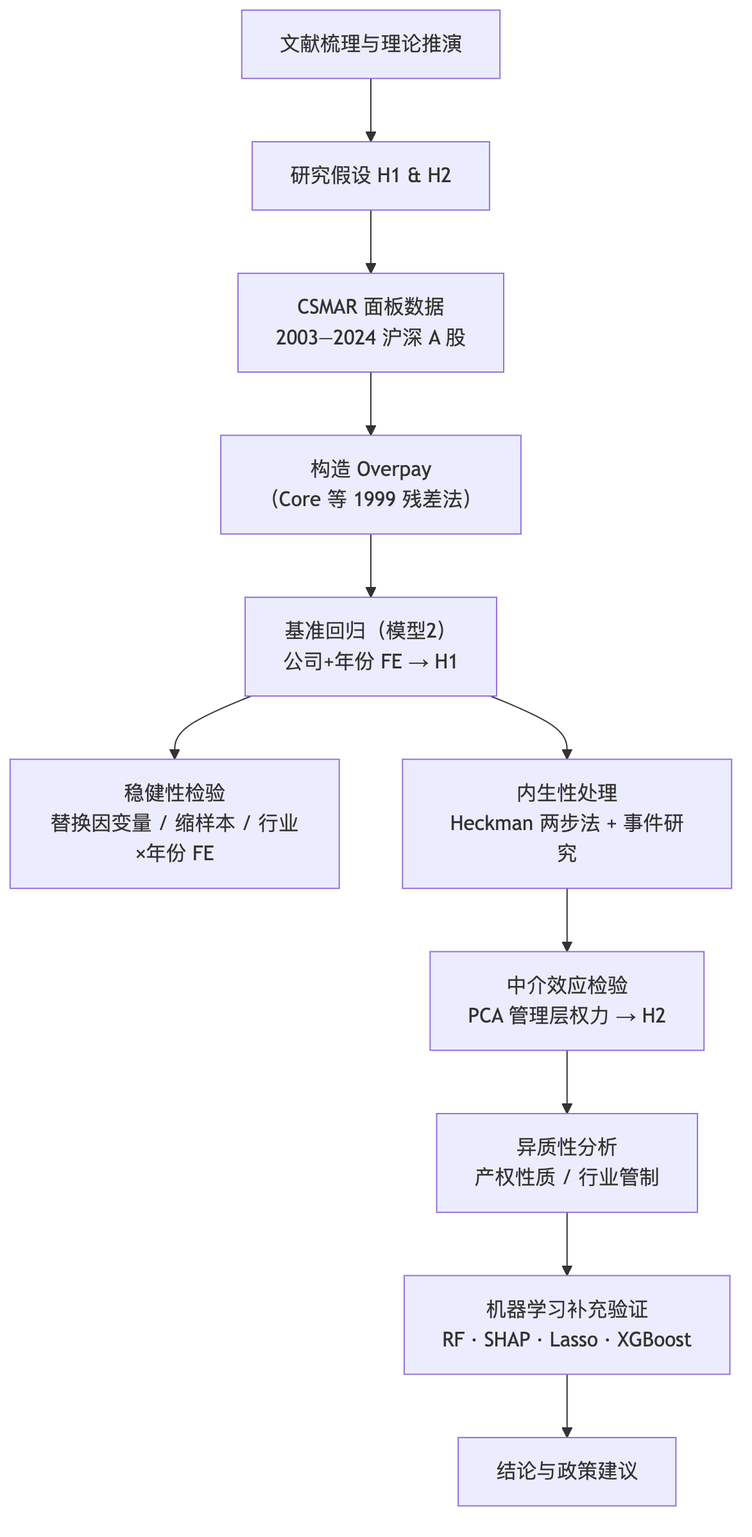
Before: thesis_final_bundle/images/fig1_1_techroute.png, a diagram exported from Mermaid (Lewis121025/bishe). Its source is kept beside it as thesis_final_bundle/images/fig1_1_techroute.mmd.
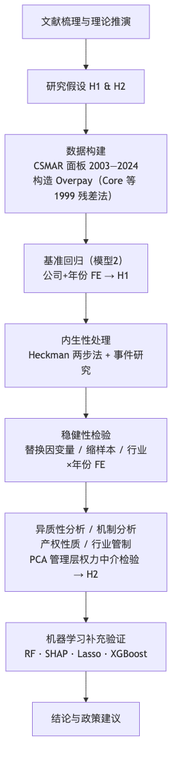
Later version of the same file.

What changed in the source:
```diff
@@ -1,11 +1,9 @@
 graph TD
     A["文献梳理与理论推演"] --> B["研究假设 H1 & H2"]
-    B --> C["CSMAR 面板数据<br/>2003—2024 沪深 A 股"]
-    C --> D["构造 Overpay<br/>（Core 等 1999 残差法）"]
-    D --> E["基准回归（模型2）<br/>公司+年份 FE → H1"]
+    B --> C["数据构建<br/>CSMAR 面板 2003—2024<br/>构造 Overpay（Core 等 1999 残差法）"]
+    C --> D["基准回归（模型2）<br/>公司+年份 FE → H1"]
+    D --> E["内生性处理<br/>Heckman 两步法 + 事件研究"]
     E --> F["稳健性检验<br/>替换因变量 / 缩样本 / 行业×年份 FE"]
-    E --> G["内生性处理<br/>Heckman 两步法 + 事件研究"]
-    G --> H["中介效应检验<br/>PCA 管理层权力 → H2"]
-    H --> I["异质性分析<br/>产权性质 / 行业管制"]
-    I --> J["机器学习补充验证<br/>RF · SHAP · Lasso · XGBoost"]
-    J --> K["结论与政策建议"]
+    F --> G["异质性分析 / 机制分析<br/>产权性质 / 行业管制<br/>PCA 管理层权力中介检验 → H2"]
+    G --> H["机器学习补充验证<br/>RF · SHAP · Lasso · XGBoost"]
+    H --> I["结论与政策建议"]
```
